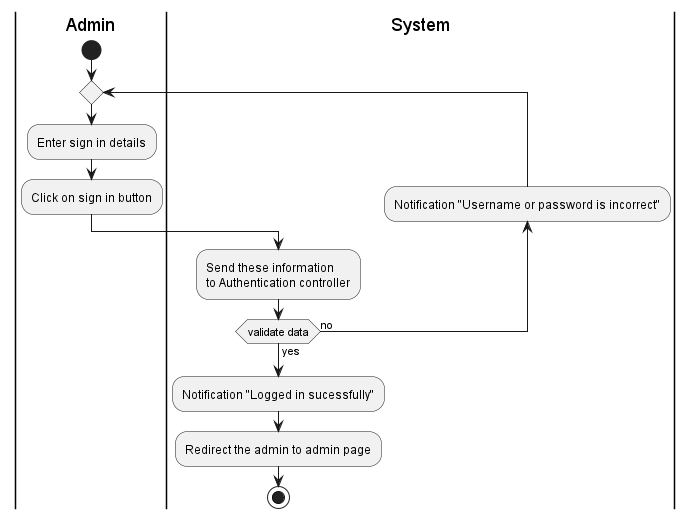
Above: Lab1/Lab1.2/Activity/img/Signin.png in tuankietcoderr/SE357-Practice-class (PlantUML), before the change. The source it was exported from:
```plantuml
@startuml Signin
|Admin|
start
repeat
:Enter sign in details;
:Click on sign in button;
|System|
:Send these information
to Authentication controller;
backward:Notification "Username or password is incorrect";
repeat while (validate data) is (no) not (yes)
:Notification "Logged in sucessfully";
:Redirect the admin to admin page;
stop
@enduml
```
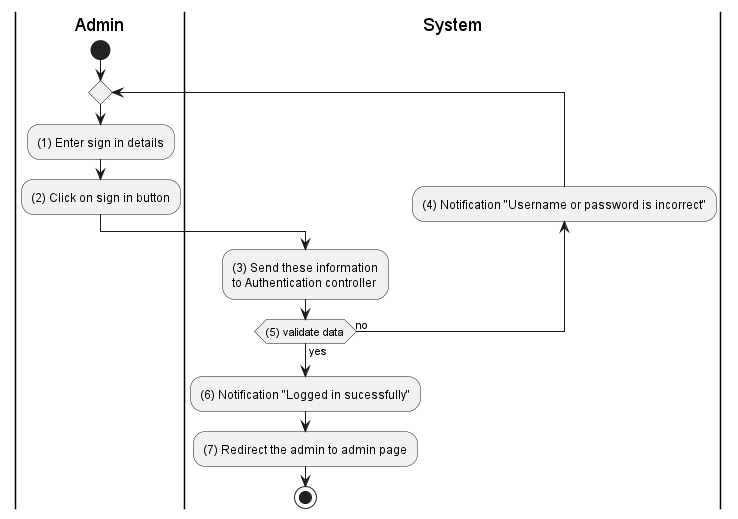
After the commit.

Change to the diagram source:
```diff
@@ -2,14 +2,14 @@
 |Admin|
 start
 repeat
-:Enter sign in details;
-:Click on sign in button;
+:(1) Enter sign in details;
+:(2) Click on sign in button;
 |System|
-:Send these information
+:(3) Send these information
 to Authentication controller;
-backward:Notification "Username or password is incorrect";
-repeat while (validate data) is (no) not (yes)
-:Notification "Logged in sucessfully";
-:Redirect the admin to admin page;
+backward:(4) Notification "Username or password is incorrect";
+repeat while ((5) validate data) is (no) not (yes)
+:(6) Notification "Logged in sucessfully";
+:(7) Redirect the admin to admin page;
 stop
 @enduml
```
